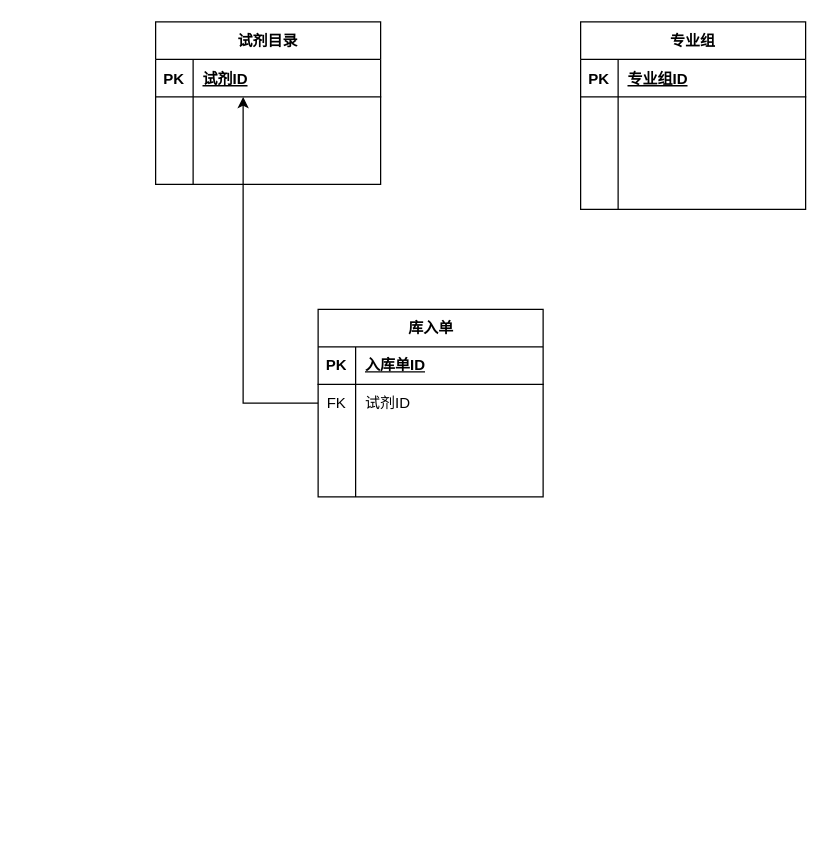
This is ivd三级库简单模型.drawio from denglt/diagrams, a draw.io file, before an edit. Source tidied: cells renumbered, new cells numbered last; positions are measured from the earlier drawing's top-left corner, leaving out a move shared by most shapes. Both pictures are drawn from the tidied source at 125%, with x=0, y=0 at pixel (155, 21).
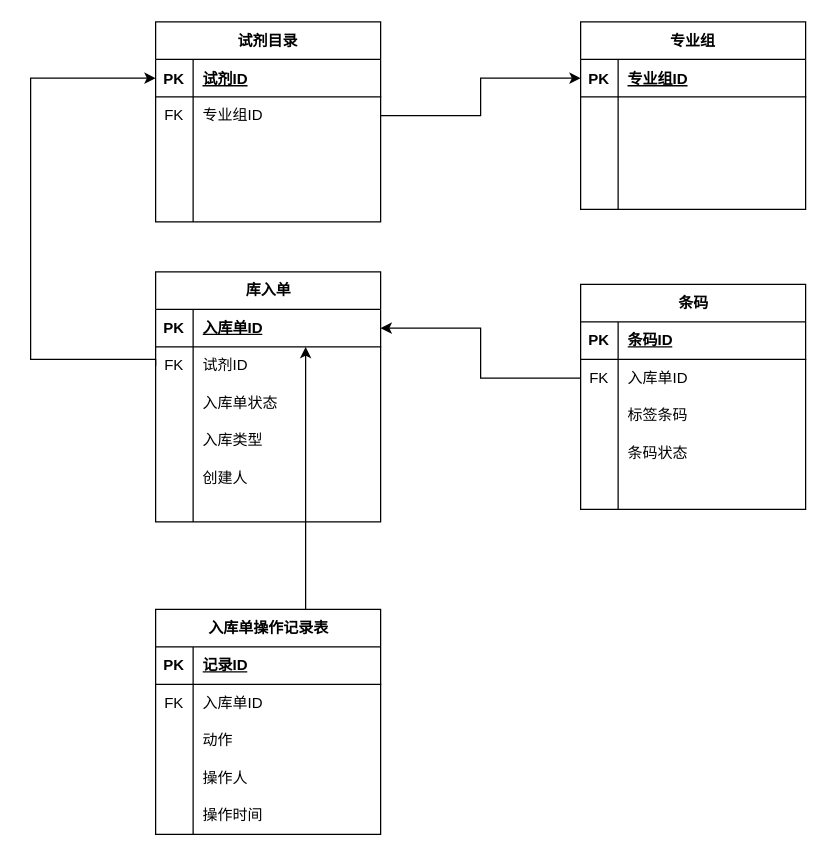
The same diagram, later.

Commit message:
Update ivd三级库简单模型.drawio

The change refers to these unchanged cells:
```xml
<mxCell id="3" style="shape=tableRow;horizontal=0;startSize=0;swimlaneHead=0;swimlaneBody=0;fillColor=none;points=[[0,0.5],[1,0.5]];portConstraint=eastwest;top=0;left=0;right=0;bottom=1;" parent="2" vertex="1">
  <mxGeometry y="30" width="180" height="30" as="geometry" />
</mxCell>
<mxCell id="16" style="shape=tableRow;horizontal=0;startSize=0;swimlaneHead=0;swimlaneBody=0;fillColor=none;points=[[0,0.5],[1,0.5]];portConstraint=eastwest;top=0;left=0;right=0;bottom=1;" parent="15" vertex="1">
  <mxGeometry y="30" width="180" height="30" as="geometry" />
</mxCell>
<mxCell id="29" style="shape=tableRow;horizontal=0;startSize=0;swimlaneHead=0;swimlaneBody=0;fillColor=none;points=[[0,0.5],[1,0.5]];portConstraint=eastwest;top=0;left=0;right=0;bottom=1;" parent="28" vertex="1">
  <mxGeometry y="30" width="180" height="30" as="geometry" />
</mxCell>
```

Change to the diagram source:
```diff
@@
     <mxCell id="2" value="试剂目录" style="shape=table;startSize=30;childLayout=tableLayout;rowLines=0;fontStyle=1;align=center;" parent="1" vertex="1">
-      <mxGeometry width="180" height="130" as="geometry" />
+      <mxGeometry width="180" height="160" as="geometry" />
     </mxCell>
@@
+    <mxCell id="46" style="shape=tableRow;horizontal=0;startSize=0;swimlaneHead=0;swimlaneBody=0;fillColor=none;points=[[0,0.5],[1,0.5]];portConstraint=eastwest;top=0;left=0;right=0;bottom=0;" parent="2" vertex="1">
+      <mxGeometry y="60" width="180" height="30" as="geometry" />
+    </mxCell>
+    <mxCell id="47" value="FK" style="shape=partialRectangle;fillColor=none;top=0;left=0;bottom=0;right=0;fontStyle=0;overflow=hidden;whiteSpace=wrap;html=1;" parent="46" vertex="1">
+      <mxGeometry width="30" height="30" as="geometry" />
+    </mxCell>
+    <mxCell id="48" value="专业组ID" style="shape=partialRectangle;fillColor=none;top=0;left=0;bottom=0;right=0;align=left;spacingLeft=6;fontStyle=0;overflow=hidden;whiteSpace=wrap;html=1;" parent="46" vertex="1">
+      <mxGeometry x="30" width="150" height="30" as="geometry" />
+    </mxCell>
     <mxCell id="6" style="shape=tableRow;horizontal=0;startSize=0;swimlaneHead=0;swimlaneBody=0;fillColor=none;top=0;left=0;right=0;bottom=0;" parent="2" vertex="1">
-      <mxGeometry y="60" width="180" height="20" as="geometry" />
+      <mxGeometry y="90" width="180" height="20" as="geometry" />
     </mxCell>
@@
     <mxCell id="9" style="shape=tableRow;horizontal=0;startSize=0;swimlaneHead=0;swimlaneBody=0;fillColor=none;top=0;left=0;right=0;bottom=0;" parent="2" vertex="1">
-      <mxGeometry y="80" width="180" height="30" as="geometry" />
+      <mxGeometry y="110" width="180" height="30" as="geometry" />
     </mxCell>
@@
     <mxCell id="12" style="shape=tableRow;horizontal=0;startSize=0;swimlaneHead=0;swimlaneBody=0;fillColor=none;top=0;left=0;right=0;bottom=0;" parent="2" vertex="1">
-      <mxGeometry y="110" width="180" height="20" as="geometry" />
+      <mxGeometry y="140" width="180" height="20" as="geometry" />
     </mxCell>
@@
     <mxCell id="28" value="库入单" style="shape=table;startSize=30;childLayout=tableLayout;rowLines=0;fontStyle=1;align=center;html=1;" parent="1" vertex="1">
-      <mxGeometry x="130" y="230" width="180" height="150" as="geometry" />
+      <mxGeometry y="200" width="180" height="200" as="geometry" />
     </mxCell>
@@
+    <mxCell id="42" style="shape=tableRow;horizontal=0;startSize=0;swimlaneHead=0;swimlaneBody=0;fillColor=none;points=[[0,0.5],[1,0.5]];portConstraint=eastwest;top=0;left=0;right=0;bottom=0;" parent="28" vertex="1">
+      <mxGeometry y="60" width="180" height="30" as="geometry" />
+    </mxCell>
+    <mxCell id="43" value="FK" style="shape=partialRectangle;fillColor=none;top=0;left=0;bottom=0;right=0;fontStyle=0;overflow=hidden;whiteSpace=wrap;html=1;" parent="42" vertex="1">
+      <mxGeometry width="30" height="30" as="geometry" />
+    </mxCell>
+    <mxCell id="44" value="试剂ID" style="shape=partialRectangle;fillColor=none;top=0;left=0;bottom=0;right=0;align=left;spacingLeft=6;fontStyle=0;overflow=hidden;whiteSpace=wrap;html=1;" parent="42" vertex="1">
+      <mxGeometry x="30" width="150" height="30" as="geometry" />
+    </mxCell>
+    <mxCell id="49" style="shape=tableRow;horizontal=0;startSize=0;swimlaneHead=0;swimlaneBody=0;fillColor=none;top=0;left=0;right=0;bottom=0;" parent="28" vertex="1">
+      <mxGeometry y="90" width="180" height="30" as="geometry" />
+    </mxCell>
+    <mxCell id="50" style="shape=partialRectangle;fillColor=none;top=0;left=0;bottom=0;right=0;fontStyle=0;overflow=hidden;whiteSpace=wrap;html=1;" parent="49" vertex="1">
+      <mxGeometry width="30" height="30" as="geometry" />
+    </mxCell>
+    <mxCell id="51" value="入库单状态" style="shape=partialRectangle;fillColor=none;top=0;left=0;bottom=0;right=0;align=left;spacingLeft=6;fontStyle=0;overflow=hidden;whiteSpace=wrap;html=1;" parent="49" vertex="1">
+      <mxGeometry x="30" width="150" height="30" as="geometry" />
+    </mxCell>
     <mxCell id="32" style="shape=tableRow;horizontal=0;startSize=0;swimlaneHead=0;swimlaneBody=0;fillColor=none;top=0;left=0;right=0;bottom=0;" parent="28" vertex="1">
-      <mxGeometry y="60" width="180" height="30" as="geometry" />
+      <mxGeometry y="120" width="180" height="30" as="geometry" />
     </mxCell>
@@
-    <mxCell id="34" style="shape=partialRectangle;fillColor=none;top=0;left=0;bottom=0;right=0;align=left;spacingLeft=6;overflow=hidden;whiteSpace=wrap;html=1;" parent="32" vertex="1">
+    <mxCell id="34" value="入库类型" style="shape=partialRectangle;fillColor=none;top=0;left=0;bottom=0;right=0;align=left;spacingLeft=6;overflow=hidden;whiteSpace=wrap;html=1;" parent="32" vertex="1">
       <mxGeometry x="30" width="150" height="30" as="geometry" />
     </mxCell>
     <mxCell id="35" style="shape=tableRow;horizontal=0;startSize=0;swimlaneHead=0;swimlaneBody=0;fillColor=none;top=0;left=0;right=0;bottom=0;" parent="28" vertex="1">
-      <mxGeometry y="90" width="180" height="30" as="geometry" />
+      <mxGeometry y="150" width="180" height="30" as="geometry" />
     </mxCell>
@@
-    <mxCell id="37" style="shape=partialRectangle;fillColor=none;top=0;left=0;bottom=0;right=0;align=left;spacingLeft=6;overflow=hidden;whiteSpace=wrap;html=1;" parent="35" vertex="1">
+    <mxCell id="37" value="创建人" style="shape=partialRectangle;fillColor=none;top=0;left=0;bottom=0;right=0;align=left;spacingLeft=6;overflow=hidden;whiteSpace=wrap;html=1;" parent="35" vertex="1">
       <mxGeometry x="30" width="150" height="30" as="geometry" />
     </mxCell>
     <mxCell id="38" style="shape=tableRow;horizontal=0;startSize=0;swimlaneHead=0;swimlaneBody=0;fillColor=none;top=0;left=0;right=0;bottom=0;" parent="28" vertex="1">
-      <mxGeometry y="120" width="180" height="30" as="geometry" />
+      <mxGeometry y="180" width="180" height="20" as="geometry" />
     </mxCell>
     <mxCell id="39" style="shape=partialRectangle;fillColor=none;top=0;left=0;bottom=0;right=0;overflow=hidden;whiteSpace=wrap;html=1;" parent="38" vertex="1">
-      <mxGeometry width="30" height="30" as="geometry" />
+      <mxGeometry width="30" height="20" as="geometry" />
     </mxCell>
     <mxCell id="40" style="shape=partialRectangle;fillColor=none;top=0;left=0;bottom=0;right=0;align=left;spacingLeft=6;overflow=hidden;whiteSpace=wrap;html=1;" parent="38" vertex="1">
-      <mxGeometry x="30" width="150" height="30" as="geometry" />
+      <mxGeometry x="30" width="150" height="20" as="geometry" />
     </mxCell>
-    <mxCell id="41" style="shape=table;startSize=0;childLayout=tableLayout;rowLines=0;fontStyle=0;align=center;strokeColor=none;fillColor=none;" parent="1" vertex="1">
-      <mxGeometry x="130" y="290" width="180" height="30" as="geometry" />
-    </mxCell>
-    <mxCell id="42" style="shape=tableRow;horizontal=0;startSize=0;swimlaneHead=0;swimlaneBody=0;fillColor=none;points=[[0,0.5],[1,0.5]];portConstraint=eastwest;top=0;left=0;right=0;bottom=0;" parent="41" vertex="1">
-      <mxGeometry width="180" height="30" as="geometry" />
-    </mxCell>
-    <mxCell id="43" value="FK" style="shape=partialRectangle;fillColor=none;top=0;left=0;bottom=0;right=0;fontStyle=0;overflow=hidden;whiteSpace=wrap;html=1;" parent="42" vertex="1">
-      <mxGeometry width="30" height="30" as="geometry" />
-    </mxCell>
-    <mxCell id="44" value="试剂ID" style="shape=partialRectangle;fillColor=none;top=0;left=0;bottom=0;right=0;align=left;spacingLeft=6;fontStyle=0;overflow=hidden;whiteSpace=wrap;html=1;" parent="42" vertex="1">
-      <mxGeometry x="30" width="150" height="30" as="geometry" />
-    </mxCell>
-    <mxCell id="45" style="edgeStyle=orthogonalEdgeStyle;rounded=0;jettySize=auto;html=1;" parent="1" edge="1" source="42" target="3">
+    <mxCell id="45" style="edgeStyle=orthogonalEdgeStyle;rounded=0;jettySize=auto;html=1;exitX=0;exitY=0.5;exitDx=0;exitDy=0;" parent="1" edge="1" source="42" target="3">
       <mxGeometry relative="1" as="geometry">
         <Array as="points">
-          <mxPoint x="70" y="305" />
+          <mxPoint y="270" />
+          <mxPoint x="-100" y="270" />
+          <mxPoint x="-100" y="45" />
         </Array>
       </mxGeometry>
     </mxCell>
+    <mxCell id="52" style="edgeStyle=orthogonalEdgeStyle;rounded=0;jettySize=auto;html=1;entryX=0;entryY=0.5;entryDx=0;entryDy=0;" parent="1" edge="1" source="46" target="16">
+      <mxGeometry relative="1" as="geometry" />
+    </mxCell>
+    <mxCell id="53" value="条码" style="shape=table;startSize=30;childLayout=tableLayout;rowLines=0;fontStyle=1;align=center;html=1;" parent="1" vertex="1">
+      <mxGeometry x="340" y="210" width="180" height="180" as="geometry" />
+    </mxCell>
+    <mxCell id="54" style="shape=tableRow;horizontal=0;startSize=0;swimlaneHead=0;swimlaneBody=0;fillColor=none;top=0;left=0;right=0;bottom=1;" parent="53" vertex="1">
+      <mxGeometry y="30" width="180" height="30" as="geometry" />
+    </mxCell>
+    <mxCell id="55" value="PK" style="shape=partialRectangle;fillColor=none;top=0;left=0;bottom=0;right=0;fontStyle=1;overflow=hidden;whiteSpace=wrap;html=1;" parent="54" vertex="1">
+      <mxGeometry width="30" height="30" as="geometry" />
+    </mxCell>
+    <mxCell id="56" value="条码ID" style="shape=partialRectangle;fillColor=none;top=0;left=0;bottom=0;right=0;align=left;spacingLeft=6;fontStyle=5;overflow=hidden;whiteSpace=wrap;html=1;" parent="54" vertex="1">
+      <mxGeometry x="30" width="150" height="30" as="geometry" />
+    </mxCell>
+    <mxCell id="57" style="shape=tableRow;horizontal=0;startSize=0;swimlaneHead=0;swimlaneBody=0;fillColor=none;points=[[0,0.5],[1,0.5]];portConstraint=eastwest;top=0;left=0;right=0;bottom=0;" parent="53" vertex="1">
+      <mxGeometry y="60" width="180" height="30" as="geometry" />
+    </mxCell>
+    <mxCell id="58" value="FK" style="shape=partialRectangle;fillColor=none;top=0;left=0;bottom=0;right=0;fontStyle=0;overflow=hidden;whiteSpace=wrap;html=1;" parent="57" vertex="1">
+      <mxGeometry width="30" height="30" as="geometry" />
+    </mxCell>
+    <mxCell id="59" value="入库单ID" style="shape=partialRectangle;fillColor=none;top=0;left=0;bottom=0;right=0;align=left;spacingLeft=6;fontStyle=0;overflow=hidden;whiteSpace=wrap;html=1;" parent="57" vertex="1">
+      <mxGeometry x="30" width="150" height="30" as="geometry" />
+    </mxCell>
+    <mxCell id="60" style="shape=tableRow;horizontal=0;startSize=0;swimlaneHead=0;swimlaneBody=0;fillColor=none;top=0;left=0;right=0;bottom=0;" parent="53" vertex="1">
+      <mxGeometry y="90" width="180" height="30" as="geometry" />
+    </mxCell>
+    <mxCell id="61" style="shape=partialRectangle;fillColor=none;top=0;left=0;bottom=0;right=0;overflow=hidden;whiteSpace=wrap;html=1;" parent="60" vertex="1">
+      <mxGeometry width="30" height="30" as="geometry" />
+    </mxCell>
+    <mxCell id="62" value="标签条码" style="shape=partialRectangle;fillColor=none;top=0;left=0;bottom=0;right=0;align=left;spacingLeft=6;overflow=hidden;whiteSpace=wrap;html=1;" parent="60" vertex="1">
+      <mxGeometry x="30" width="150" height="30" as="geometry" />
+    </mxCell>
+    <mxCell id="63" style="shape=tableRow;horizontal=0;startSize=0;swimlaneHead=0;swimlaneBody=0;fillColor=none;top=0;left=0;right=0;bottom=0;" parent="53" vertex="1">
+      <mxGeometry y="120" width="180" height="30" as="geometry" />
+    </mxCell>
+    <mxCell id="64" style="shape=partialRectangle;fillColor=none;top=0;left=0;bottom=0;right=0;overflow=hidden;whiteSpace=wrap;html=1;" parent="63" vertex="1">
+      <mxGeometry width="30" height="30" as="geometry" />
+    </mxCell>
+    <mxCell id="65" value="条码状态" style="shape=partialRectangle;fillColor=none;top=0;left=0;bottom=0;right=0;align=left;spacingLeft=6;overflow=hidden;whiteSpace=wrap;html=1;" parent="63" vertex="1">
+      <mxGeometry x="30" width="150" height="30" as="geometry" />
+    </mxCell>
+    <mxCell id="66" style="shape=tableRow;horizontal=0;startSize=0;swimlaneHead=0;swimlaneBody=0;fillColor=none;top=0;left=0;right=0;bottom=0;" parent="53" vertex="1">
+      <mxGeometry y="150" width="180" height="30" as="geometry" />
+    </mxCell>
+    <mxCell id="67" style="shape=partialRectangle;fillColor=none;top=0;left=0;bottom=0;right=0;overflow=hidden;whiteSpace=wrap;html=1;" parent="66" vertex="1">
+      <mxGeometry width="30" height="30" as="geometry" />
+    </mxCell>
+    <mxCell id="68" style="shape=partialRectangle;fillColor=none;top=0;left=0;bottom=0;right=0;align=left;spacingLeft=6;overflow=hidden;whiteSpace=wrap;html=1;" parent="66" vertex="1">
+      <mxGeometry x="30" width="150" height="30" as="geometry" />
+    </mxCell>
+    <mxCell id="69" style="edgeStyle=orthogonalEdgeStyle;rounded=0;jettySize=auto;html=1;entryX=1;entryY=0.5;entryDx=0;entryDy=0;" parent="1" edge="1" source="57" target="29">
+      <mxGeometry relative="1" as="geometry" />
+    </mxCell>
+    <mxCell id="70" style="edgeStyle=orthogonalEdgeStyle;rounded=0;jettySize=auto;html=1;" parent="1" edge="1" source="71" target="29">
+      <mxGeometry relative="1" as="geometry">
+        <Array as="points">
+          <mxPoint x="120" y="430" />
+          <mxPoint x="120" y="430" />
+        </Array>
+      </mxGeometry>
+    </mxCell>
+    <mxCell id="71" value="入库单操作记录表" style="shape=table;startSize=30;childLayout=tableLayout;rowLines=0;fontStyle=1;align=center;html=1;" parent="1" vertex="1">
+      <mxGeometry y="470" width="180" height="180" as="geometry" />
+    </mxCell>
+    <mxCell id="72" style="shape=tableRow;horizontal=0;startSize=0;swimlaneHead=0;swimlaneBody=0;fillColor=none;top=0;left=0;right=0;bottom=1;" parent="71" vertex="1">
+      <mxGeometry y="30" width="180" height="30" as="geometry" />
+    </mxCell>
+    <mxCell id="73" value="PK" style="shape=partialRectangle;fillColor=none;top=0;left=0;bottom=0;right=0;fontStyle=1;overflow=hidden;whiteSpace=wrap;html=1;" parent="72" vertex="1">
+      <mxGeometry width="30" height="30" as="geometry" />
+    </mxCell>
+    <mxCell id="74" value="记录ID" style="shape=partialRectangle;fillColor=none;top=0;left=0;bottom=0;right=0;align=left;spacingLeft=6;fontStyle=5;overflow=hidden;whiteSpace=wrap;html=1;" parent="72" vertex="1">
+      <mxGeometry x="30" width="150" height="30" as="geometry" />
+    </mxCell>
+    <mxCell id="75" style="shape=tableRow;horizontal=0;startSize=0;swimlaneHead=0;swimlaneBody=0;fillColor=none;top=0;left=0;right=0;bottom=0;" parent="71" vertex="1">
+      <mxGeometry y="60" width="180" height="30" as="geometry" />
+    </mxCell>
+    <mxCell id="76" value="FK" style="shape=partialRectangle;fillColor=none;top=0;left=0;bottom=0;right=0;fontStyle=0;overflow=hidden;whiteSpace=wrap;html=1;" parent="75" vertex="1">
+      <mxGeometry width="30" height="30" as="geometry" />
+    </mxCell>
+    <mxCell id="77" value="入库单ID" style="shape=partialRectangle;fillColor=none;top=0;left=0;bottom=0;right=0;align=left;spacingLeft=6;fontStyle=0;overflow=hidden;whiteSpace=wrap;html=1;" parent="75" vertex="1">
+      <mxGeometry x="30" width="150" height="30" as="geometry" />
+    </mxCell>
+    <mxCell id="78" style="shape=tableRow;horizontal=0;startSize=0;swimlaneHead=0;swimlaneBody=0;fillColor=none;top=0;left=0;right=0;bottom=0;" parent="71" vertex="1">
+      <mxGeometry y="90" width="180" height="30" as="geometry" />
+    </mxCell>
+    <mxCell id="79" style="shape=partialRectangle;fillColor=none;top=0;left=0;bottom=0;right=0;overflow=hidden;whiteSpace=wrap;html=1;" parent="78" vertex="1">
+      <mxGeometry width="30" height="30" as="geometry" />
+    </mxCell>
+    <mxCell id="80" value="动作" style="shape=partialRectangle;fillColor=none;top=0;left=0;bottom=0;right=0;align=left;spacingLeft=6;overflow=hidden;whiteSpace=wrap;html=1;" parent="78" vertex="1">
+      <mxGeometry x="30" width="150" height="30" as="geometry" />
+    </mxCell>
+    <mxCell id="81" style="shape=tableRow;horizontal=0;startSize=0;swimlaneHead=0;swimlaneBody=0;fillColor=none;top=0;left=0;right=0;bottom=0;" parent="71" vertex="1">
+      <mxGeometry y="120" width="180" height="30" as="geometry" />
+    </mxCell>
+    <mxCell id="82" style="shape=partialRectangle;fillColor=none;top=0;left=0;bottom=0;right=0;overflow=hidden;whiteSpace=wrap;html=1;" parent="81" vertex="1">
+      <mxGeometry width="30" height="30" as="geometry" />
+    </mxCell>
+    <mxCell id="83" value="操作人" style="shape=partialRectangle;fillColor=none;top=0;left=0;bottom=0;right=0;align=left;spacingLeft=6;overflow=hidden;whiteSpace=wrap;html=1;" parent="81" vertex="1">
+      <mxGeometry x="30" width="150" height="30" as="geometry" />
+    </mxCell>
+    <mxCell id="84" style="shape=tableRow;horizontal=0;startSize=0;swimlaneHead=0;swimlaneBody=0;fillColor=none;top=0;left=0;right=0;bottom=0;" parent="71" vertex="1">
+      <mxGeometry y="150" width="180" height="30" as="geometry" />
+    </mxCell>
+    <mxCell id="85" style="shape=partialRectangle;fillColor=none;top=0;left=0;bottom=0;right=0;overflow=hidden;whiteSpace=wrap;html=1;" parent="84" vertex="1">
+      <mxGeometry width="30" height="30" as="geometry" />
+    </mxCell>
+    <mxCell id="86" value="操作时间" style="shape=partialRectangle;fillColor=none;top=0;left=0;bottom=0;right=0;align=left;spacingLeft=6;overflow=hidden;whiteSpace=wrap;html=1;" parent="84" vertex="1">
+      <mxGeometry x="30" width="150" height="30" as="geometry" />
+    </mxCell>
```
